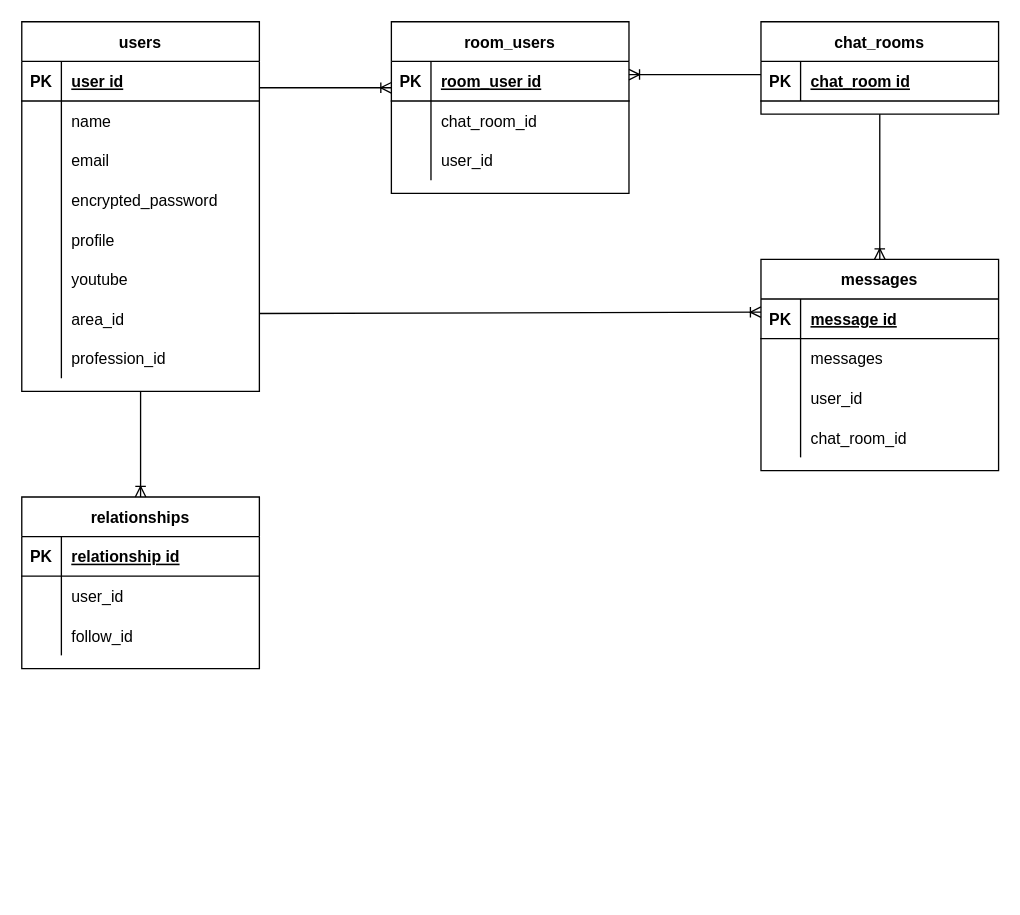
Above: ER.dio in mitani1993/music_orignal (draw.io), before the change. Source tidied: cells renumbered, new cells numbered last; positions are measured from the earlier drawing's top-left corner, leaving out a move shared by most shapes. Both pictures are drawn from the tidied source at 132%, with x=0, y=0 at pixel (21, 21).
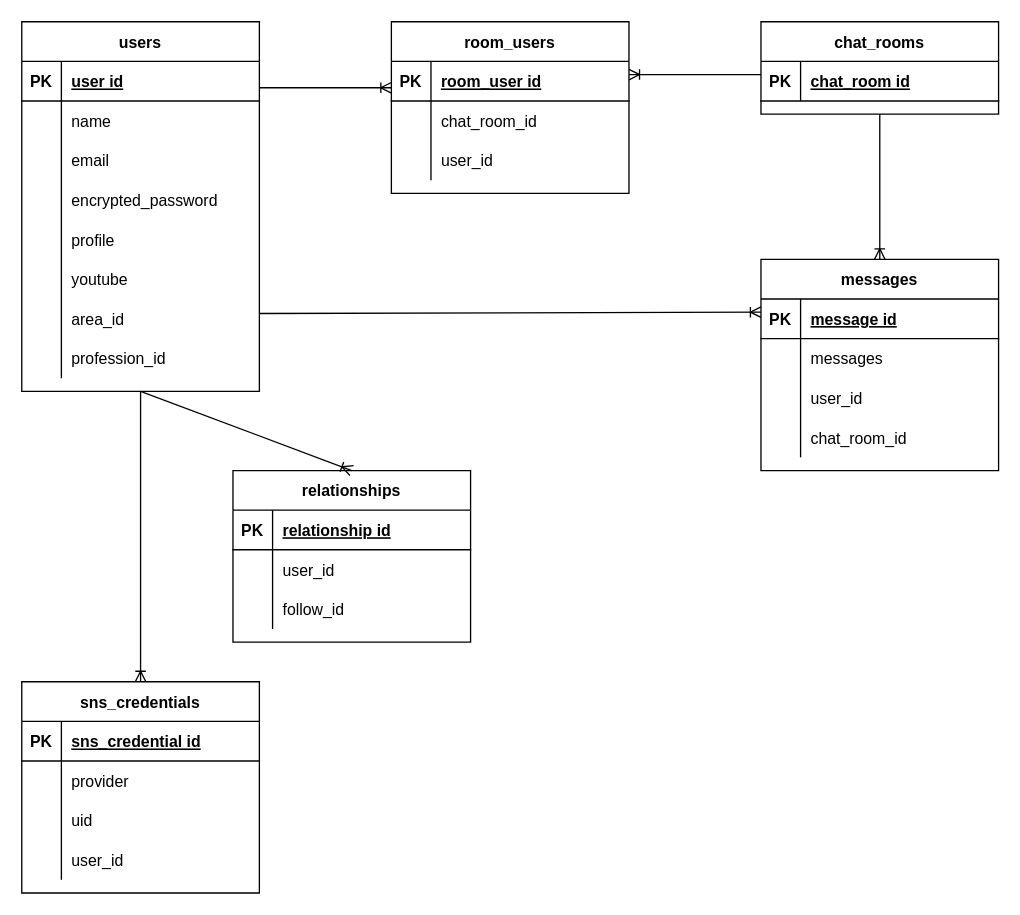
Above is the later version.

Diff of the diagram source:
```diff
@@
     <mxCell id="27" value="relationships" style="shape=table;startSize=30;childLayout=tableLayout;rowLines=0;fontStyle=1;align=center;" parent="1" vertex="1">
-      <mxGeometry y="360" width="180" height="130" as="geometry" />
+      <mxGeometry x="160" y="340" width="180" height="130" as="geometry" />
     </mxCell>
@@
+    <mxCell id="69" value="sns_credentials" style="shape=table;startSize=30;childLayout=tableLayout;rowLines=0;fontStyle=1;align=center;" parent="1" vertex="1">
+      <mxGeometry y="500" width="180" height="160" as="geometry" />
+    </mxCell>
+    <mxCell id="70" style="shape=partialRectangle;fillColor=none;top=0;left=0;bottom=1;right=0;" parent="69" vertex="1">
+      <mxGeometry y="30" width="180" height="30" as="geometry" />
+    </mxCell>
+    <mxCell id="71" value="PK" style="shape=partialRectangle;fillColor=none;top=0;left=0;bottom=0;right=0;fontStyle=1;overflow=hidden;" parent="70" vertex="1">
+      <mxGeometry width="30" height="30" as="geometry" />
+    </mxCell>
+    <mxCell id="72" value="sns_credential id" style="shape=partialRectangle;fillColor=none;top=0;left=0;bottom=0;right=0;align=left;spacingLeft=6;fontStyle=5;overflow=hidden;" parent="70" vertex="1">
+      <mxGeometry x="30" width="150" height="30" as="geometry" />
+    </mxCell>
+    <mxCell id="73" style="shape=partialRectangle;fillColor=none;top=0;left=0;bottom=0;right=0;" parent="69" vertex="1">
+      <mxGeometry y="60" width="180" height="30" as="geometry" />
+    </mxCell>
+    <mxCell id="74" style="shape=partialRectangle;fillColor=none;top=0;left=0;bottom=0;right=0;overflow=hidden;" parent="73" vertex="1">
+      <mxGeometry width="30" height="30" as="geometry" />
+    </mxCell>
+    <mxCell id="75" value="provider" style="shape=partialRectangle;fillColor=none;top=0;left=0;bottom=0;right=0;align=left;spacingLeft=6;overflow=hidden;" parent="73" vertex="1">
+      <mxGeometry x="30" width="150" height="30" as="geometry" />
+    </mxCell>
+    <mxCell id="76" style="shape=partialRectangle;fillColor=none;top=0;left=0;bottom=0;right=0;" parent="69" vertex="1">
+      <mxGeometry y="90" width="180" height="30" as="geometry" />
+    </mxCell>
+    <mxCell id="77" style="shape=partialRectangle;fillColor=none;top=0;left=0;bottom=0;right=0;overflow=hidden;" parent="76" vertex="1">
+      <mxGeometry width="30" height="30" as="geometry" />
+    </mxCell>
+    <mxCell id="78" value="uid" style="shape=partialRectangle;fillColor=none;top=0;left=0;bottom=0;right=0;align=left;spacingLeft=6;overflow=hidden;" parent="76" vertex="1">
+      <mxGeometry x="30" width="150" height="30" as="geometry" />
+    </mxCell>
+    <mxCell id="79" style="shape=partialRectangle;fillColor=none;top=0;left=0;bottom=0;right=0;" parent="69" vertex="1">
+      <mxGeometry y="120" width="180" height="30" as="geometry" />
+    </mxCell>
+    <mxCell id="80" style="shape=partialRectangle;fillColor=none;top=0;left=0;bottom=0;right=0;overflow=hidden;" parent="79" vertex="1">
+      <mxGeometry width="30" height="30" as="geometry" />
+    </mxCell>
+    <mxCell id="81" value="user_id" style="shape=partialRectangle;fillColor=none;top=0;left=0;bottom=0;right=0;align=left;spacingLeft=6;overflow=hidden;" parent="79" vertex="1">
+      <mxGeometry x="30" width="150" height="30" as="geometry" />
+    </mxCell>
+    <mxCell id="82" style="fontSize=12;html=1;endArrow=ERoneToMany;entryX=0.5;entryY=0;entryDx=0;entryDy=0;" parent="1" edge="1" target="69">
+      <mxGeometry relative="1" as="geometry">
+        <mxPoint x="90" y="280" as="sourcePoint" />
+      </mxGeometry>
+    </mxCell>
```
